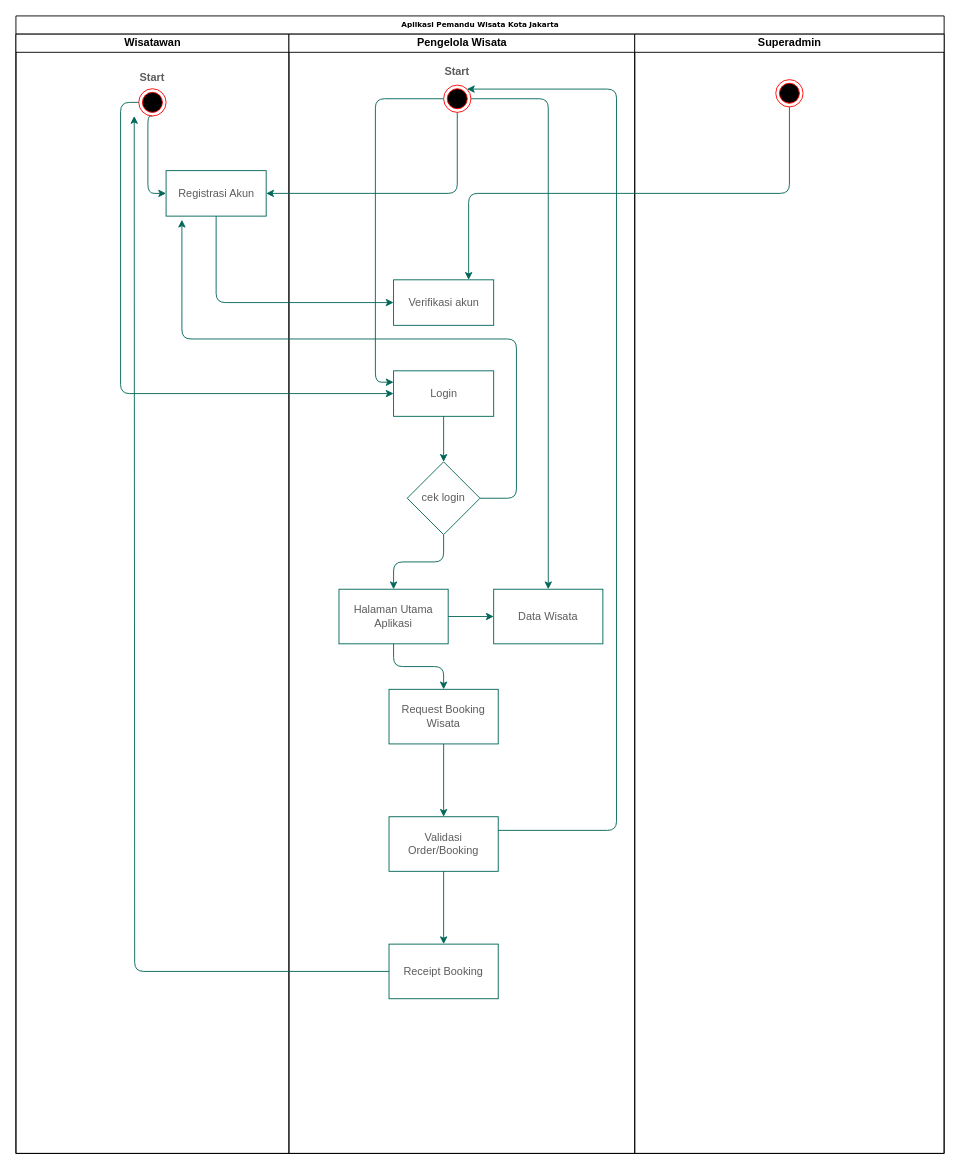
Before: page "Activity Diagram" (2 of 3) of DiagramPariwisata.drawio in JioAshter/diagrams_pemandupariwisata, a draw.io diagram. Source tidied: cells renumbered, new cells numbered last; positions are measured from the earlier drawing's top-left corner, leaving out a move shared by most shapes. Both pictures are drawn from the tidied source at 91%, with x=0, y=0 at pixel (15, 15).
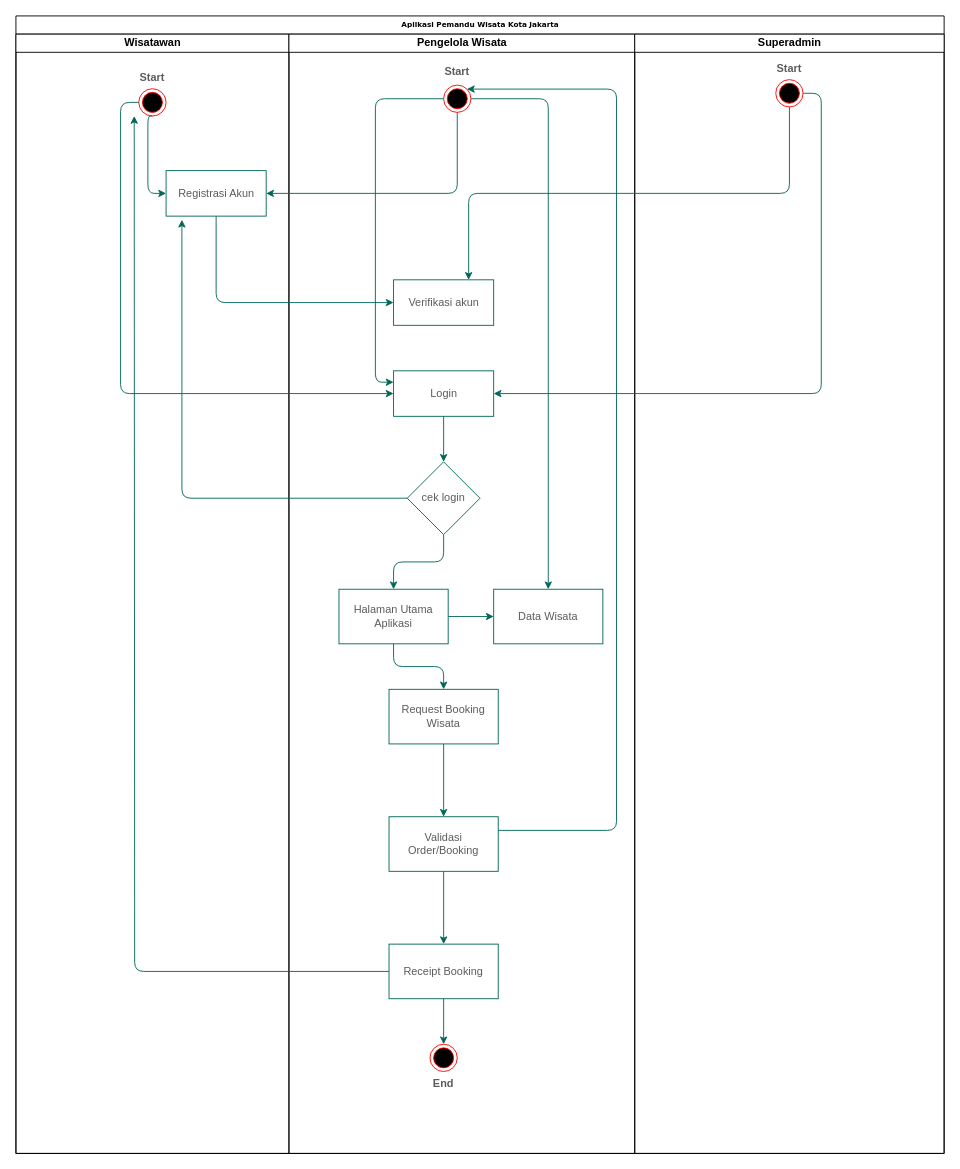
The same diagram, later.

The change refers to these unchanged cells:
```xml
<mxCell id="2" value="Aplikasi Pemandu Wisata Kota Jakarta" style="swimlane;html=1;startSize=20;rounded=0;shadow=0;labelBackgroundColor=none;strokeWidth=1;fontFamily=Verdana;fontSize=8;align=center;" parent="1" vertex="1">
  <mxGeometry width="1020" height="1250" as="geometry" />
</mxCell>
<mxCell id="7" value="Registrasi Akun" style="html=1;rounded=0;sketch=0;strokeColor=#006658;fillColor=none;fontColor=#5C5C5C;" parent="3" vertex="1">
  <mxGeometry x="165" y="150" width="110" height="50" as="geometry" />
</mxCell>
<mxCell id="8" value="Pengelola Wisata" style="swimlane;html=1;startSize=20;" parent="2" vertex="1">
  <mxGeometry x="300" y="20" width="380" height="1230" as="geometry" />
</mxCell>
<mxCell id="15" value="Login" style="html=1;rounded=0;sketch=0;strokeColor=#006658;fillColor=none;fontColor=#5C5C5C;" parent="8" vertex="1">
  <mxGeometry x="115" y="370" width="110" height="50" as="geometry" />
</mxCell>
<mxCell id="17" value="cek login" style="rhombus;whiteSpace=wrap;html=1;rounded=0;sketch=0;strokeColor=#006658;fillColor=none;fontColor=#5C5C5C;" parent="8" vertex="1">
  <mxGeometry x="130" y="470" width="80" height="80" as="geometry" />
</mxCell>
<mxCell id="23" value="&lt;div&gt;Superadmin&lt;/div&gt;" style="swimlane;html=1;startSize=20;" parent="2" vertex="1">
  <mxGeometry x="680" y="20" width="340" height="1230" as="geometry" />
</mxCell>
<mxCell id="24" style="ellipse;html=1;shape=endState;fillColor=#000000;strokeColor=#ff0000;rounded=0;sketch=0;fontColor=#5C5C5C;" parent="23" vertex="1">
  <mxGeometry x="155" y="50" width="30" height="30" as="geometry" />
</mxCell>
<mxCell id="35" value="Receipt Booking" style="whiteSpace=wrap;html=1;rounded=0;fontColor=#5C5C5C;strokeColor=#006658;fillColor=none;sketch=0;" parent="1" vertex="1">
  <mxGeometry x="410" y="1020" width="120" height="60" as="geometry" />
</mxCell>
```

The edit, as a diff of the source:
```diff
@@
+    <mxCell id="36" style="ellipse;html=1;shape=endState;fillColor=#000000;strokeColor=#ff0000;rounded=0;sketch=0;fontColor=#5C5C5C;" parent="8" vertex="1">
+      <mxGeometry x="155" y="1110" width="30" height="30" as="geometry" />
+    </mxCell>
+    <mxCell id="37" value="End" style="text;align=center;fontStyle=1;verticalAlign=middle;spacingLeft=3;spacingRight=3;strokeColor=none;rounded=0;sketch=0;fillColor=none;fontColor=#5C5C5C;" parent="8" vertex="1">
+      <mxGeometry x="130" y="1140" width="80" height="26" as="geometry" />
+    </mxCell>
@@
+    <mxCell id="38" value="Start" style="text;align=center;fontStyle=1;verticalAlign=middle;spacingLeft=3;spacingRight=3;strokeColor=none;rounded=0;sketch=0;fillColor=none;fontColor=#5C5C5C;" parent="23" vertex="1">
+      <mxGeometry x="130" y="24" width="80" height="26" as="geometry" />
+    </mxCell>
@@
-    <mxCell id="29" style="edgeStyle=orthogonalEdgeStyle;curved=0;rounded=1;sketch=0;jettySize=auto;html=1;exitX=1;exitY=0.5;exitDx=0;exitDy=0;entryX=0.158;entryY=1.08;entryDx=0;entryDy=0;entryPerimeter=0;strokeColor=#006658;fillColor=#21C0A5;fontColor=#5C5C5C;" parent="2" edge="1" source="17" target="7">
+    <mxCell id="29" style="edgeStyle=orthogonalEdgeStyle;curved=0;rounded=1;sketch=0;jettySize=auto;html=1;exitX=0;exitY=0.5;exitDx=0;exitDy=0;entryX=0.158;entryY=1.08;entryDx=0;entryDy=0;entryPerimeter=0;strokeColor=#006658;fillColor=#21C0A5;fontColor=#5C5C5C;" parent="2" edge="1" source="17" target="7">
       <mxGeometry relative="1" as="geometry">
         <Array as="points">
-          <mxPoint x="550" y="530" />
-          <mxPoint x="550" y="355" />
-          <mxPoint x="182" y="355" />
+          <mxPoint x="182" y="530" />
         </Array>
       </mxGeometry>
     </mxCell>
+    <mxCell id="39" style="edgeStyle=orthogonalEdgeStyle;curved=0;rounded=1;sketch=0;jettySize=auto;html=1;exitX=1;exitY=0.5;exitDx=0;exitDy=0;entryX=1;entryY=0.5;entryDx=0;entryDy=0;strokeColor=#006658;fillColor=#21C0A5;fontColor=#5C5C5C;" parent="2" edge="1" source="24" target="15">
+      <mxGeometry relative="1" as="geometry" />
+    </mxCell>
@@
+    <mxCell id="40" style="edgeStyle=orthogonalEdgeStyle;curved=0;rounded=1;sketch=0;jettySize=auto;html=1;exitX=0.5;exitY=1;exitDx=0;exitDy=0;entryX=0.5;entryY=0;entryDx=0;entryDy=0;strokeColor=#006658;fillColor=#21C0A5;fontColor=#5C5C5C;" parent="1" edge="1" source="35" target="36">
+      <mxGeometry relative="1" as="geometry" />
+    </mxCell>
```
